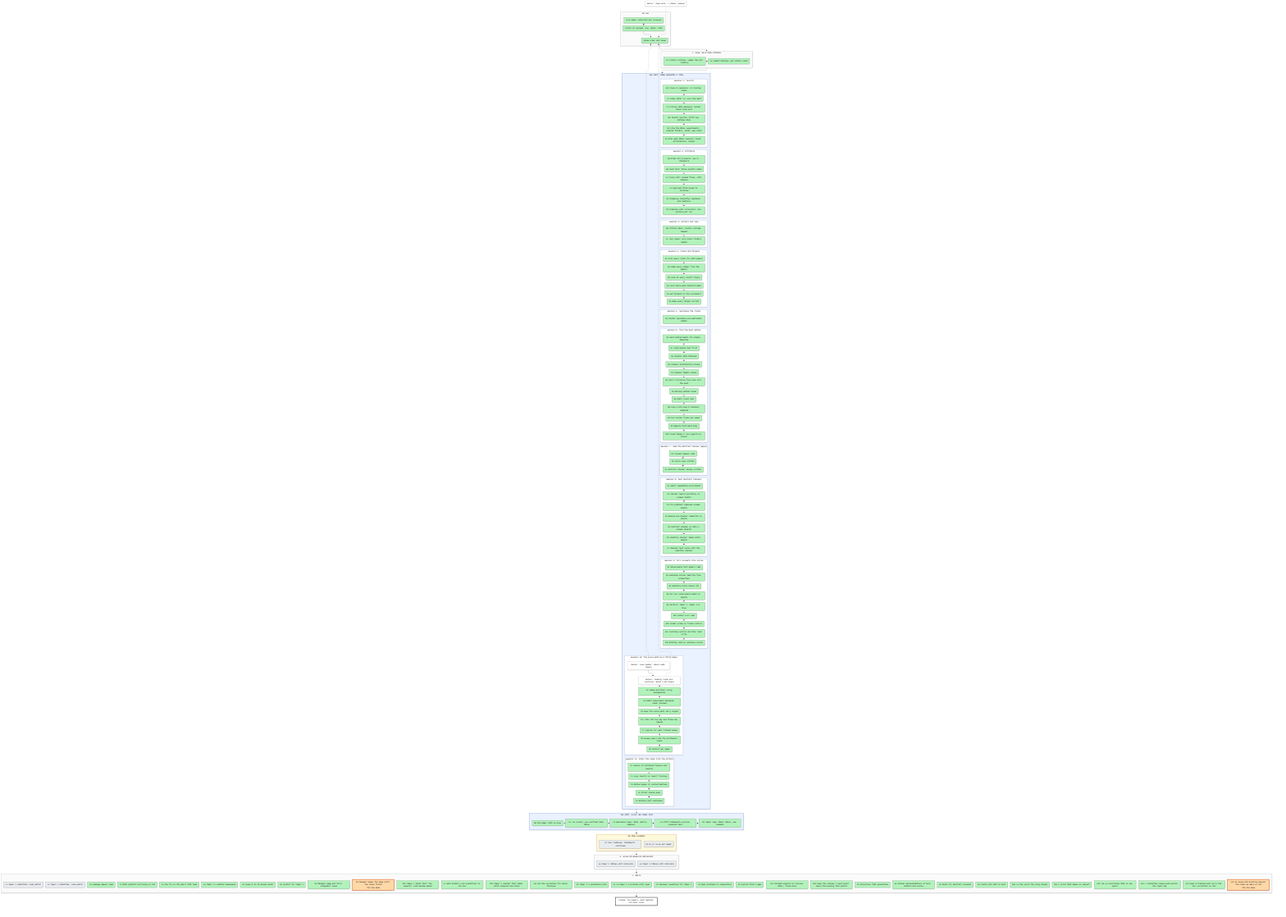
Before: artifacts/notes/progress/map.png, a diagram exported from Mermaid (mo-rsa24/concept-composition). Its source is kept beside it as artifacts/notes/progress/map.mmd.
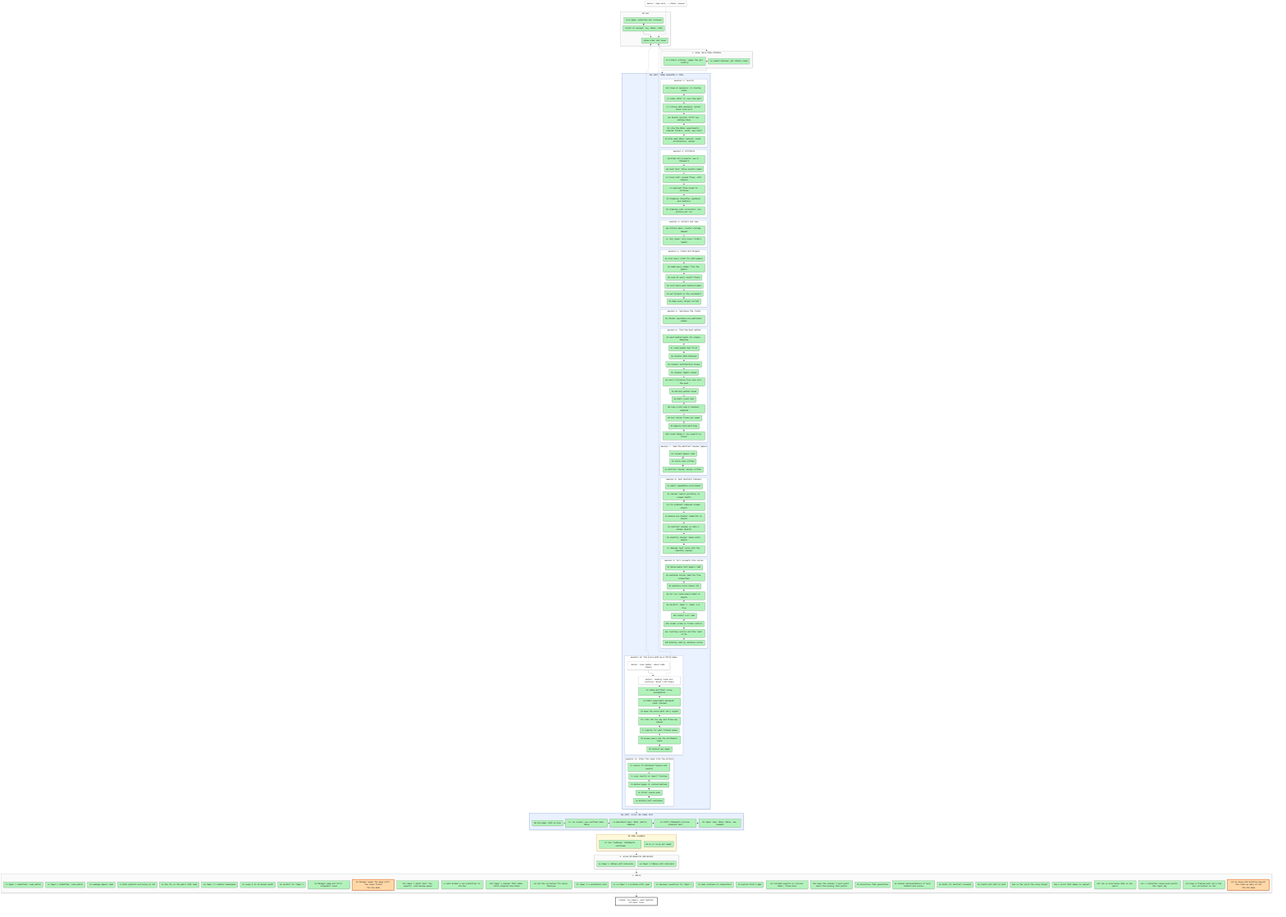
After the change.

Commit message:
Owner: own paper steps closed; the work starts over from the consensus

Diff of the diagram source:
```diff
@@ -66,15 +66,15 @@
   end
   subgraph CAL["ON YOUR CALENDAR"]
     direction LR
-    C2["C2 Your readings: statements confirmed"]:::todo ~~~ D4["D4 Go or no-go per paper"]:::todo
+    C2["C2 Your readings: statements confirmed"]:::done ~~~ D4["D4 Go or no-go per paper"]:::done
   end
   subgraph SE["E. SCALE ON BIGBATCH AND BIGGPU"]
     direction LR
-    E1["E1 Paper 1 tables with intervals"]:::todo ~~~ E2["E2 Paper 2 tables with intervals"]:::todo
+    E1["E1 Paper 1 tables with intervals"]:::done ~~~ E2["E2 Paper 2 tables with intervals"]:::done
   end
   subgraph SF["F. WRITE"]
     direction LR
-    F1["F1 Paper 1 submitted, code public"]:::todo ~~~ F2["F2 Paper 2 submitted, code public"]:::todo ~~~ Z1["Z1 Leakage papers read"]:::done ~~~ Z2["Z2 What predicts borrowing on CO3"]:::done ~~~ Z3["Z3 One fix on the pairs that leak"]:::done ~~~ Z4["Z4 Paper 2's method redesigned"]:::done ~~~ Z5["Z5 Loops 8 to 10 design audit"]:::done ~~~ Z6["Z6 Verdict for Paper 2"]:::done ~~~ N1["N1 Manager page and first alignment round"]:::done ~~~ N2["N2 Manager keeps the page until the loops finish<br/>YOU ARE HERE"]:::doing ~~~ M11["M11 Paper 1 digit test: the experts' vote beside paste"]:::done ~~~ Z7["Z7 Each animal's own prediction in its box"]:::done ~~~ M12["M12 Paper 2 checker that reads which subjects are drawn"]:::done ~~~ Z8["Z8 Can the correction fix known failures"]:::done ~~~ K7["K7 Paper 1's evaluation plan"]:::done ~~~ G1["G1 Is Paper 2's problem still open"]:::done ~~~ G2["G2 Reviewer questions for Paper 1"]:::done ~~~ G3["G3 Open problems in composition"]:::done ~~~ G4["G4 Exploit DCFM's gaps"]:::done ~~~ Z9["Z9 Finished experts on Colored MNIST, three arms"]:::done ~~~ M13["M13 Does the checker's push point where the missing term points"]:::done ~~~ H1["H1 Directions that generalise"]:::done ~~~ H2["H2 Shared representations of text, latents and scores"]:::done ~~~ H3["H3 Dials for abstract concepts"]:::done ~~~ H4["H4 Limits and what to test"]:::done ~~~ M14["M14 Is the joint the wrong target"]:::done ~~~ M15["M15 A score that names no subject"]:::done ~~~ Z10["Z10 The co-occurrence dial on new pairs"]:::done ~~~ Z11["Z11 A classifier whose push points the right way"]:::done ~~~ Z12["Z12 Does a trained push carry the box correction on CO3"]:::done ~~~ Z13["Z13 Do boxes add anything beyond the clean-up pass on CO3<br/>YOU ARE HERE"]:::doing
+    F1["F1 Paper 1 submitted, code public"]:::done ~~~ F2["F2 Paper 2 submitted, code public"]:::done ~~~ Z1["Z1 Leakage papers read"]:::done ~~~ Z2["Z2 What predicts borrowing on CO3"]:::done ~~~ Z3["Z3 One fix on the pairs that leak"]:::done ~~~ Z4["Z4 Paper 2's method redesigned"]:::done ~~~ Z5["Z5 Loops 8 to 10 design audit"]:::done ~~~ Z6["Z6 Verdict for Paper 2"]:::done ~~~ N1["N1 Manager page and first alignment round"]:::done ~~~ N2["N2 Manager keeps the page until the loops finish<br/>YOU ARE HERE"]:::doing ~~~ M11["M11 Paper 1 digit test: the experts' vote beside paste"]:::done ~~~ Z7["Z7 Each animal's own prediction in its box"]:::done ~~~ M12["M12 Paper 2 checker that reads which subjects are drawn"]:::done ~~~ Z8["Z8 Can the correction fix known failures"]:::done ~~~ K7["K7 Paper 1's evaluation plan"]:::done ~~~ G1["G1 Is Paper 2's problem still open"]:::done ~~~ G2["G2 Reviewer questions for Paper 1"]:::done ~~~ G3["G3 Open problems in composition"]:::done ~~~ G4["G4 Exploit DCFM's gaps"]:::done ~~~ Z9["Z9 Finished experts on Colored MNIST, three arms"]:::done ~~~ M13["M13 Does the checker's push point where the missing term points"]:::done ~~~ H1["H1 Directions that generalise"]:::done ~~~ H2["H2 Shared representations of text, latents and scores"]:::done ~~~ H3["H3 Dials for abstract concepts"]:::done ~~~ H4["H4 Limits and what to test"]:::done ~~~ M14["M14 Is the joint the wrong target"]:::done ~~~ M15["M15 A score that names no subject"]:::done ~~~ Z10["Z10 The co-occurrence dial on new pairs"]:::done ~~~ Z11["Z11 A classifier whose push points the right way"]:::done ~~~ Z12["Z12 Does a trained push carry the box correction on CO3"]:::done ~~~ Z13["Z13 Do boxes add anything beyond the clean-up pass on CO3<br/>YOU ARE HERE"]:::doing
   end
   GOAL["FINISH: two papers, each beating its best rival"]:::goal
   X0["Detour: idea walk, 7 claims, paused"]:::detour -.-> P2
```
